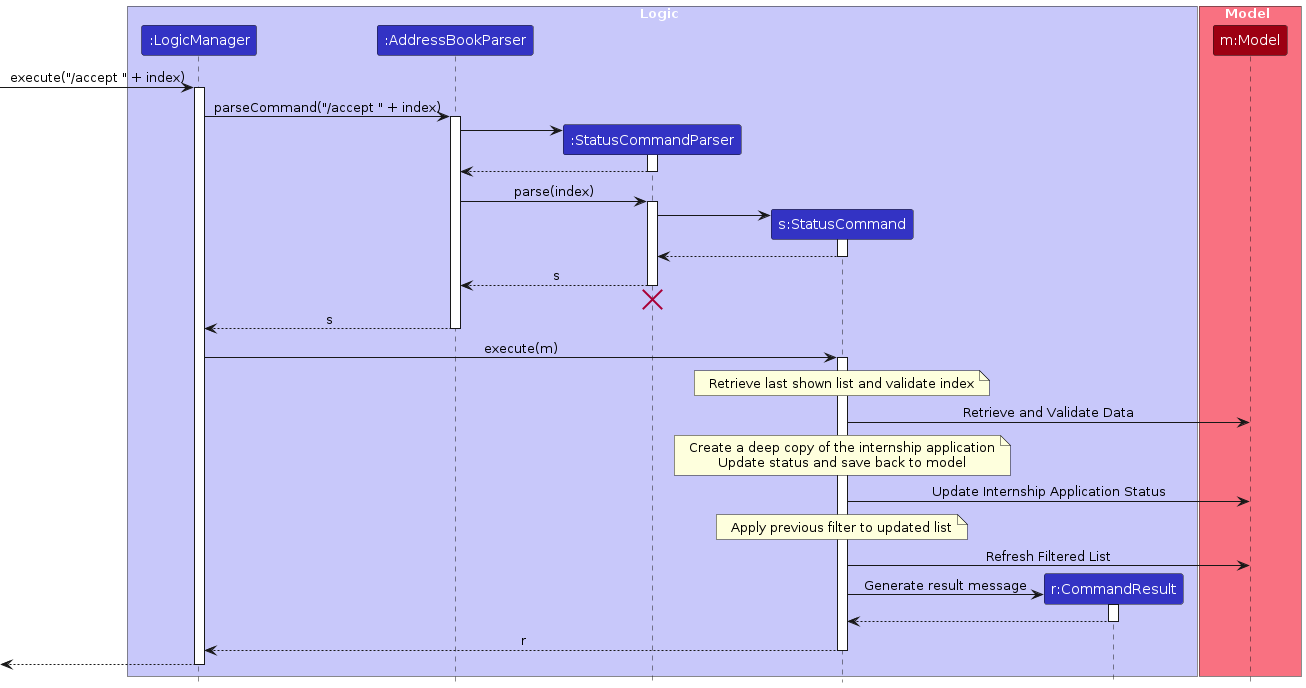
woke02/tp keeps this PlantUML diagram as diagrams/StatusSequenceDiagram.png. Above is the earlier version. Its source is kept beside it as diagrams/StatusSequenceDiagram.puml. Its diagram source:
```plantuml
@startuml
!include style.puml
skinparam ArrowFontStyle plain

box Logic LOGIC_COLOR_T1
participant ":LogicManager" as LogicManager LOGIC_COLOR
participant ":AddressBookParser" as AddressBookParser LOGIC_COLOR
participant ":StatusCommandParser" as StatusCommandParser LOGIC_COLOR
participant "s:StatusCommand" as StatusCommand LOGIC_COLOR
participant "r:CommandResult" as CommandResult LOGIC_COLOR
end box

box Model MODEL_COLOR_T1
participant "m:Model" as Model MODEL_COLOR
end box

[-> LogicManager : execute("/accept " + index)
activate LogicManager

LogicManager -> AddressBookParser : parseCommand("/accept " + index)
activate AddressBookParser

create StatusCommandParser
AddressBookParser -> StatusCommandParser
activate StatusCommandParser

StatusCommandParser --> AddressBookParser
deactivate StatusCommandParser

AddressBookParser -> StatusCommandParser : parse(index)
activate StatusCommandParser

create StatusCommand
StatusCommandParser -> StatusCommand
activate StatusCommand

StatusCommand --> StatusCommandParser :
deactivate StatusCommand

StatusCommandParser --> AddressBookParser : s
deactivate StatusCommandParser
StatusCommandParser -[hidden]-> AddressBookParser
destroy StatusCommandParser

AddressBookParser --> LogicManager : s
deactivate AddressBookParser

LogicManager -> StatusCommand : execute(m)
activate StatusCommand

note over StatusCommand
Retrieve last shown list and validate index
end note
StatusCommand -> Model : Retrieve and Validate Data

note over StatusCommand
Create a deep copy of the internship application
Update status and save back to model
end note
StatusCommand -> Model : Update Internship Application Status

note over StatusCommand
Apply previous filter to updated list
end note
StatusCommand -> Model : Refresh Filtered List

create CommandResult
StatusCommand -> CommandResult : Generate result message
activate CommandResult

CommandResult --> StatusCommand
deactivate CommandResult

StatusCommand --> LogicManager : r
deactivate StatusCommand

[<--LogicManager
deactivate LogicManager
@enduml
```
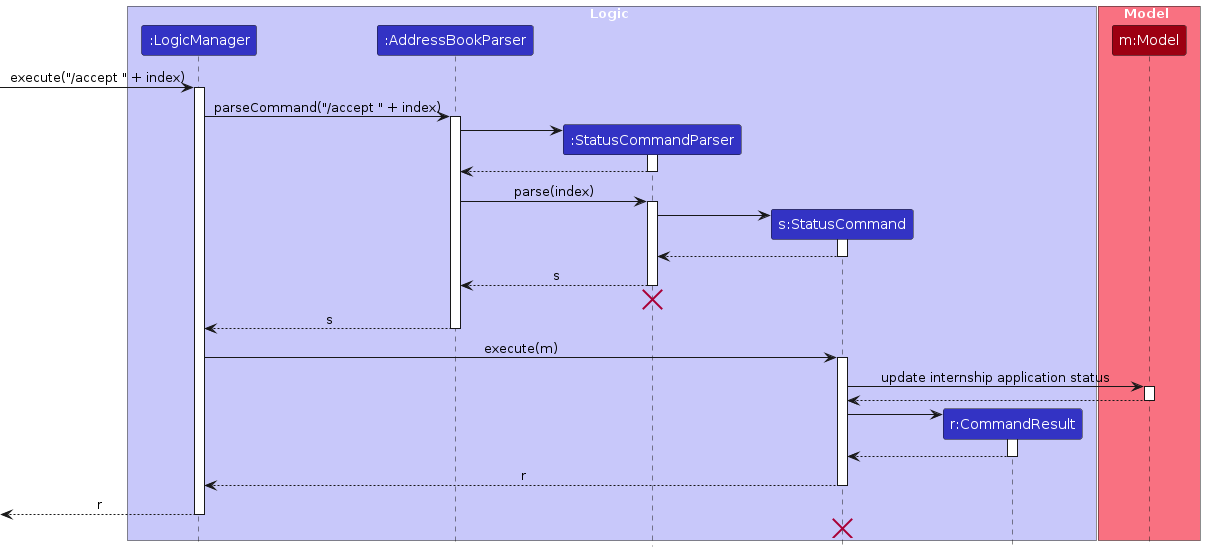
After the commit.

What changed in the source:
```diff
@@ -48,24 +48,14 @@
 LogicManager -> StatusCommand : execute(m)
 activate StatusCommand
 
-note over StatusCommand
-Retrieve last shown list and validate index
-end note
-StatusCommand -> Model : Retrieve and Validate Data
+StatusCommand -> Model : update internship application status
+activate Model
 
-note over StatusCommand
-Create a deep copy of the internship application
-Update status and save back to model
-end note
-StatusCommand -> Model : Update Internship Application Status
-
-note over StatusCommand
-Apply previous filter to updated list
-end note
-StatusCommand -> Model : Refresh Filtered List
+Model --> StatusCommand
+deactivate Model
 
 create CommandResult
-StatusCommand -> CommandResult : Generate result message
+StatusCommand -> CommandResult
 activate CommandResult
 
 CommandResult --> StatusCommand
@@ -74,6 +64,8 @@
 StatusCommand --> LogicManager : r
 deactivate StatusCommand
 
-[<--LogicManager
+[<--LogicManager : r
 deactivate LogicManager
+StatusCommand -[hidden]-> LogicManager
+destroy StatusCommand
 @enduml
```
